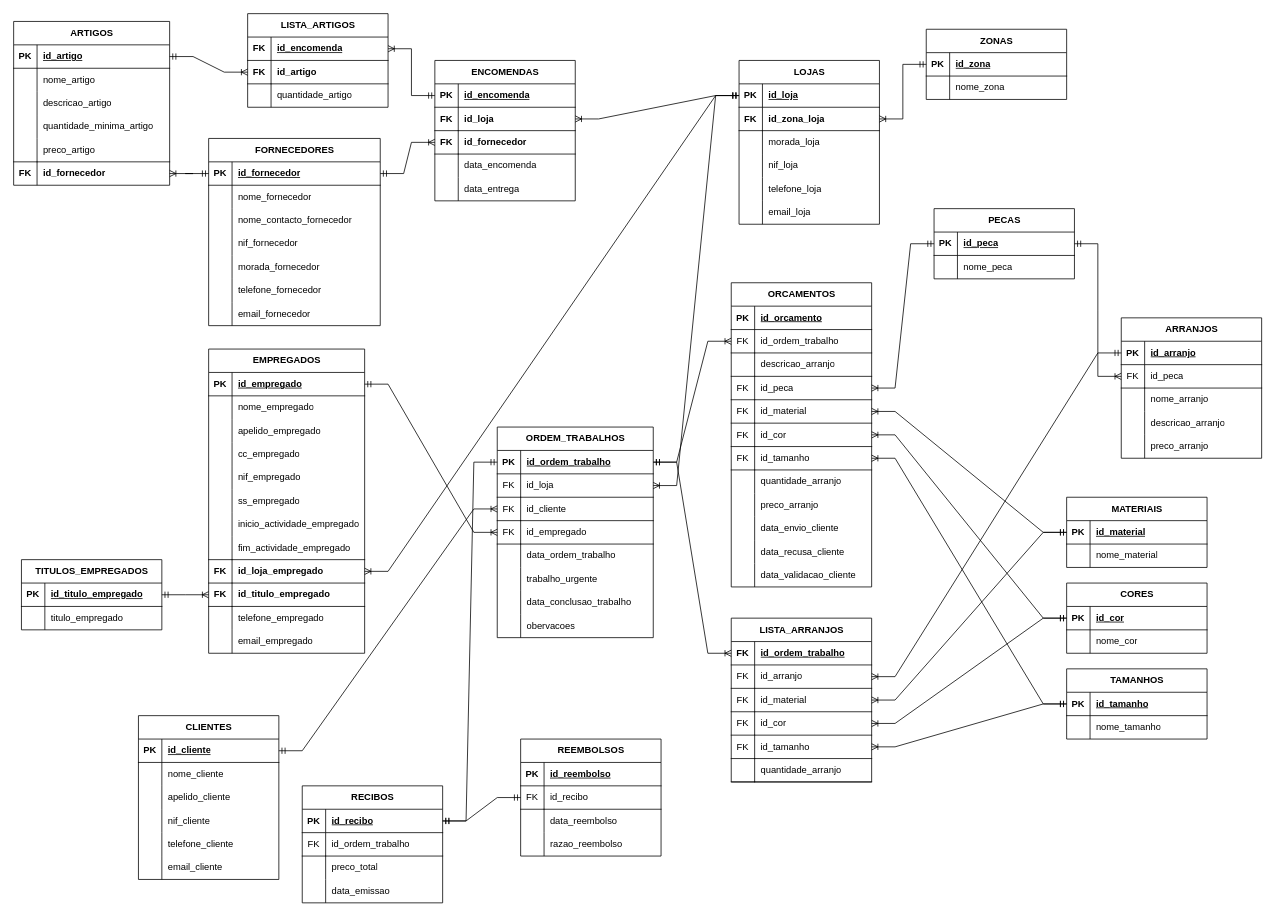
Blasterfil/RetroSkill keeps this draw.io diagram as MR.drawio. Above is the earlier version. Source tidied: cells renumbered, new cells numbered last; positions are measured from the earlier drawing's top-left corner, leaving out a move shared by most shapes. Both pictures are drawn from the tidied source at 78%, with x=0, y=0 at pixel (13, 13).
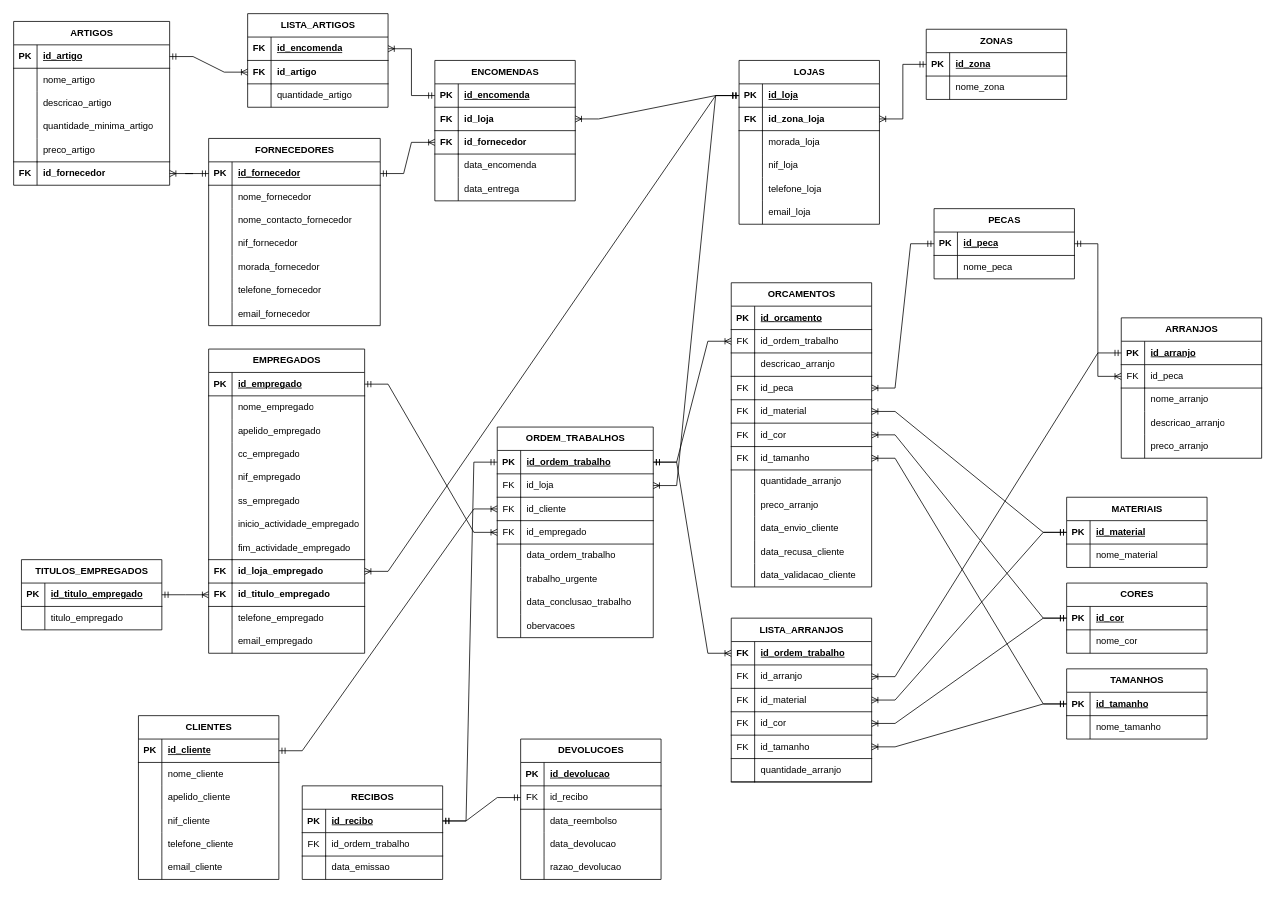
The same diagram, later.

The change refers to these unchanged cells:
```xml
<mxCell id="311" style="shape=tableRow;horizontal=0;startSize=0;swimlaneHead=0;swimlaneBody=0;fillColor=none;top=0;left=0;right=0;bottom=0;rounded=0;labelBackgroundColor=none;" parent="304" vertex="1">
  <mxGeometry y="90" width="180" height="30" as="geometry" />
</mxCell>
<mxCell id="319" style="shape=tableRow;horizontal=0;startSize=0;swimlaneHead=0;swimlaneBody=0;fillColor=none;top=0;left=0;right=0;bottom=1;rounded=0;labelBackgroundColor=none;" parent="318" vertex="1">
  <mxGeometry y="30" width="180" height="30" as="geometry" />
</mxCell>
```

Change to the diagram source:
```diff
@@
     <mxCell id="304" value="RECIBOS" style="shape=table;startSize=30;childLayout=tableLayout;rowLines=0;fontStyle=1;align=center;html=1;rounded=0;labelBackgroundColor=none;" parent="1" vertex="1">
-      <mxGeometry x="370" y="990" width="180" height="150" as="geometry" />
+      <mxGeometry x="370" y="990" width="180" height="120" as="geometry" />
     </mxCell>
@@
-    <mxCell id="313" value="preco_total" style="shape=partialRectangle;fillColor=none;top=0;left=0;bottom=0;right=0;align=left;spacingLeft=6;overflow=hidden;whiteSpace=wrap;html=1;rounded=0;labelBackgroundColor=none;" parent="311" vertex="1">
+    <mxCell id="313" value="data_emissao" style="shape=partialRectangle;fillColor=none;top=0;left=0;bottom=0;right=0;align=left;spacingLeft=6;overflow=hidden;whiteSpace=wrap;html=1;rounded=0;labelBackgroundColor=none;" parent="311" vertex="1">
       <mxGeometry x="30" width="150" height="30" as="geometry" />
     </mxCell>
-    <mxCell id="314" style="shape=tableRow;horizontal=0;startSize=0;swimlaneHead=0;swimlaneBody=0;fillColor=none;top=0;left=0;right=0;bottom=0;rounded=0;labelBackgroundColor=none;" parent="304" vertex="1">
-      <mxGeometry y="120" width="180" height="30" as="geometry" />
-    </mxCell>
-    <mxCell id="315" style="shape=partialRectangle;fillColor=none;top=0;left=0;bottom=0;right=0;overflow=hidden;whiteSpace=wrap;html=1;rounded=0;labelBackgroundColor=none;" parent="314" vertex="1">
-      <mxGeometry width="30" height="30" as="geometry" />
-    </mxCell>
-    <mxCell id="316" value="data_emissao" style="shape=partialRectangle;fillColor=none;top=0;left=0;bottom=0;right=0;align=left;spacingLeft=6;overflow=hidden;whiteSpace=wrap;html=1;rounded=0;labelBackgroundColor=none;" parent="314" vertex="1">
-      <mxGeometry x="30" width="150" height="30" as="geometry" />
-    </mxCell>
@@
-    <mxCell id="318" value="REEMBOLSOS" style="shape=table;startSize=30;childLayout=tableLayout;rowLines=0;fontStyle=1;align=center;html=1;rounded=0;labelBackgroundColor=none;" parent="1" vertex="1">
-      <mxGeometry x="650" y="930" width="180" height="150" as="geometry" />
+    <mxCell id="318" value="DEVOLUCOES" style="shape=table;startSize=30;childLayout=tableLayout;rowLines=0;fontStyle=1;align=center;html=1;rounded=0;labelBackgroundColor=none;" parent="1" vertex="1">
+      <mxGeometry x="650" y="930" width="180" height="180" as="geometry" />
     </mxCell>
@@
-    <mxCell id="321" value="id_reembolso" style="shape=partialRectangle;fillColor=none;top=0;left=0;bottom=0;right=0;align=left;spacingLeft=6;fontStyle=5;overflow=hidden;whiteSpace=wrap;html=1;rounded=0;labelBackgroundColor=none;" parent="319" vertex="1">
+    <mxCell id="321" value="id_devolucao" style="shape=partialRectangle;fillColor=none;top=0;left=0;bottom=0;right=0;align=left;spacingLeft=6;fontStyle=5;overflow=hidden;whiteSpace=wrap;html=1;rounded=0;labelBackgroundColor=none;" parent="319" vertex="1">
       <mxGeometry x="30" width="150" height="30" as="geometry" />
     </mxCell>
@@
+    <mxCell id="314" style="shape=tableRow;horizontal=0;startSize=0;swimlaneHead=0;swimlaneBody=0;fillColor=none;top=0;left=0;right=0;bottom=0;rounded=0;labelBackgroundColor=none;" parent="318" vertex="1">
+      <mxGeometry y="120" width="180" height="30" as="geometry" />
+    </mxCell>
+    <mxCell id="315" style="shape=partialRectangle;fillColor=none;top=0;left=0;bottom=0;right=0;overflow=hidden;whiteSpace=wrap;html=1;rounded=0;labelBackgroundColor=none;" parent="314" vertex="1">
+      <mxGeometry width="30" height="30" as="geometry" />
+    </mxCell>
+    <mxCell id="333" value="data_devolucao" style="shape=partialRectangle;fillColor=none;top=0;left=0;bottom=0;right=0;align=left;spacingLeft=6;overflow=hidden;whiteSpace=wrap;html=1;rounded=0;labelBackgroundColor=none;" parent="314" vertex="1">
+      <mxGeometry x="30" width="150" height="30" as="geometry" />
+    </mxCell>
     <mxCell id="328" style="shape=tableRow;horizontal=0;startSize=0;swimlaneHead=0;swimlaneBody=0;fillColor=none;top=0;left=0;right=0;bottom=0;rounded=0;labelBackgroundColor=none;" parent="318" vertex="1">
-      <mxGeometry y="120" width="180" height="30" as="geometry" />
+      <mxGeometry y="150" width="180" height="30" as="geometry" />
     </mxCell>
@@
-    <mxCell id="330" value="razao_reembolso" style="shape=partialRectangle;fillColor=none;top=0;left=0;bottom=0;right=0;align=left;spacingLeft=6;overflow=hidden;whiteSpace=wrap;html=1;rounded=0;labelBackgroundColor=none;" parent="328" vertex="1">
+    <mxCell id="330" value="razao_devolucao" style="shape=partialRectangle;fillColor=none;top=0;left=0;bottom=0;right=0;align=left;spacingLeft=6;overflow=hidden;whiteSpace=wrap;html=1;rounded=0;labelBackgroundColor=none;" parent="328" vertex="1">
       <mxGeometry x="30" width="150" height="30" as="geometry" />
     </mxCell>
```
